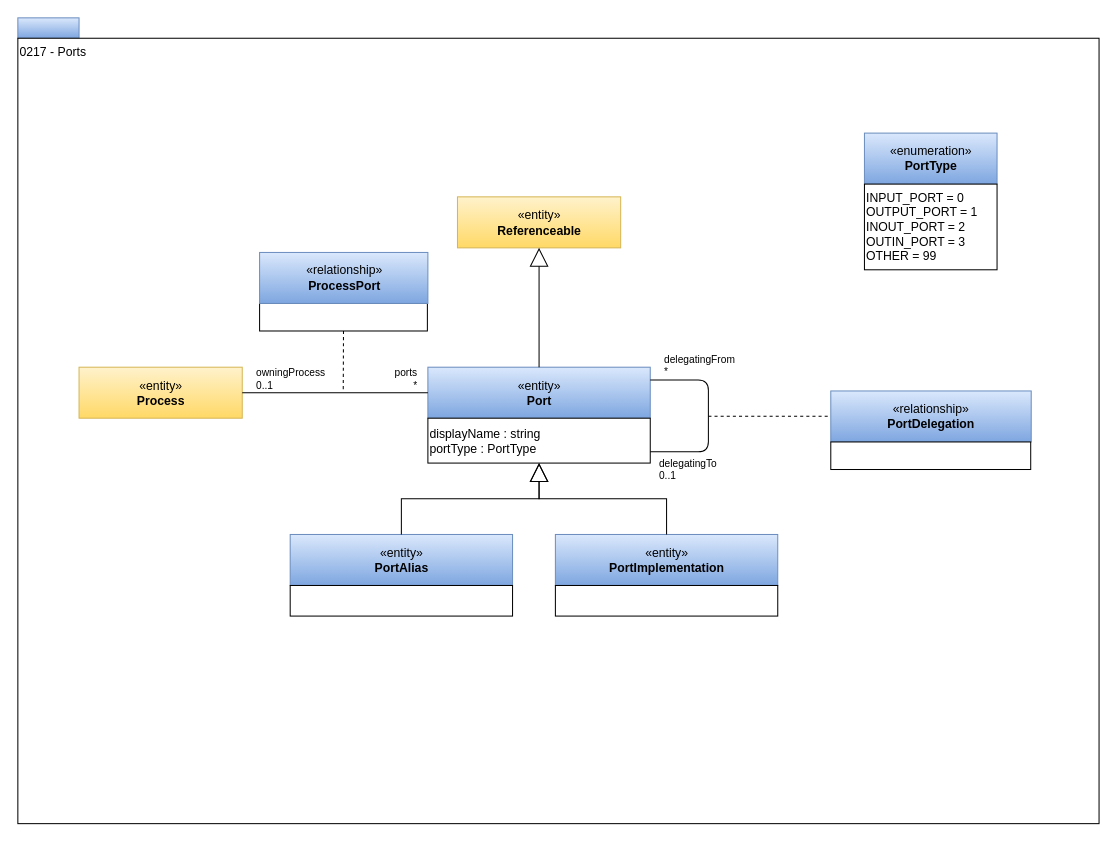
Before: page "0217-Ports" (7 of 19) of open-metadata-publication/website/open-metadata-types/area-2-assets.drawio in odpi/egeria, a draw.io diagram. Source tidied: cells renumbered, new cells numbered last; positions are measured from the earlier drawing's top-left corner, leaving out a move shared by most shapes. Both pictures are drawn from the tidied source at 102%, with x=0, y=0 at pixel (17, 17).
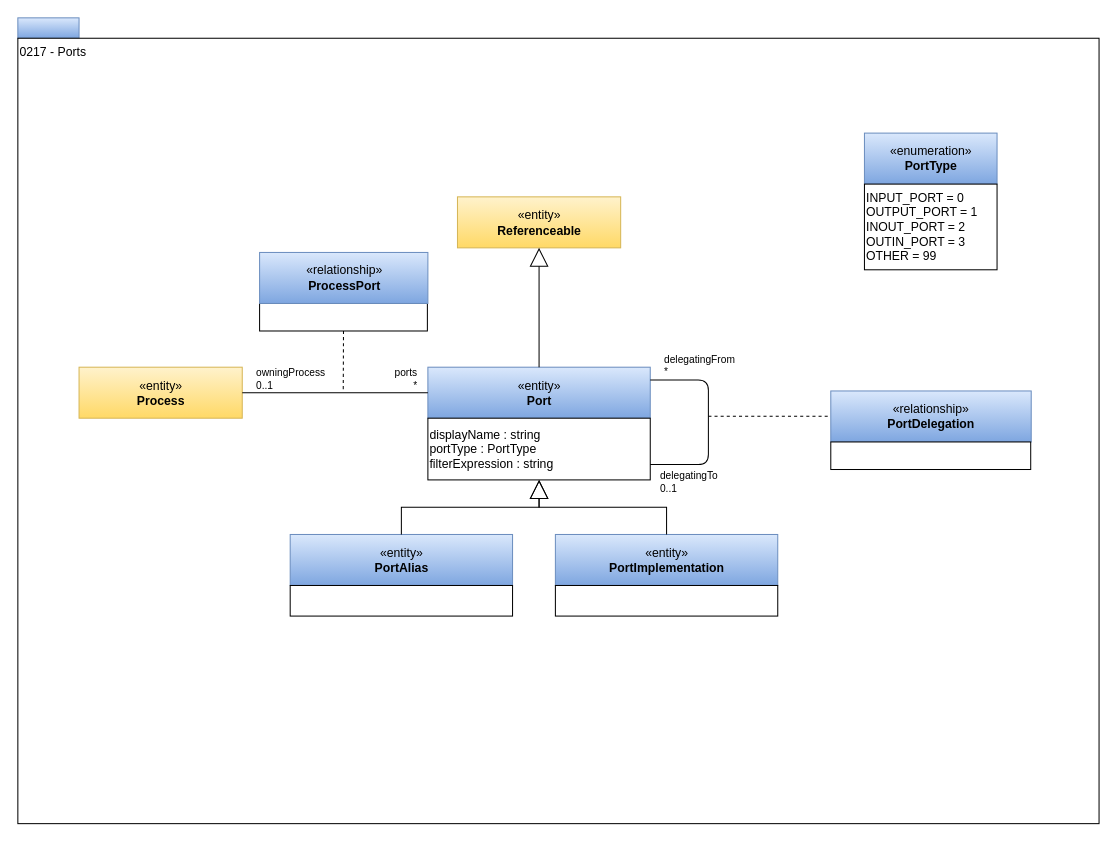
The same diagram, later.

The change refers to these unchanged cells:
```xml
<mxCell id="4" value="«entity»&lt;br&gt;&lt;b&gt;Port&lt;/b&gt;" style="html=1;strokeColor=#6c8ebf;align=center;fillColor=#dae8fc;gradientColor=#7ea6e0;" parent="1" vertex="1">
  <mxGeometry x="402" y="342.5" width="218" height="50" as="geometry" />
</mxCell>
```

What changed in the source:
```diff
@@
-    <mxCell id="5" value="displayName : string&lt;br&gt;portType : PortType" style="rounded=0;whiteSpace=wrap;html=1;strokeColor=#000000;gradientColor=#ffffff;align=left;" parent="1" vertex="1">
-      <mxGeometry x="402" y="392.5" width="218" height="44" as="geometry" />
+    <mxCell id="5" value="displayName : string&lt;br&gt;portType : PortType&lt;br&gt;filterExpression : string" style="rounded=0;whiteSpace=wrap;html=1;strokeColor=#000000;gradientColor=#ffffff;align=left;" parent="1" vertex="1">
+      <mxGeometry x="402" y="392.5" width="218" height="60.5" as="geometry" />
     </mxCell>
@@
-    <mxCell id="20" style="endArrow=none;html=1;edgeStyle=orthogonalEdgeStyle;exitX=1;exitY=0.25;exitDx=0;exitDy=0;entryX=1;entryY=0.75;entryDx=0;entryDy=0;" parent="1" edge="1" source="4" target="5">
+    <mxCell id="20" style="endArrow=none;html=1;edgeStyle=orthogonalEdgeStyle;exitX=1;exitY=0.25;exitDx=0;exitDy=0;" parent="1" edge="1" source="4">
       <mxGeometry relative="1" as="geometry">
+        <mxPoint x="620" y="438" as="targetPoint" />
         <Array as="points">
-          <mxPoint x="677" y="355.5" />
-          <mxPoint x="677" y="425.5" />
+          <mxPoint x="677" y="355" />
+          <mxPoint x="677" y="438" />
         </Array>
       </mxGeometry>
     </mxCell>
```
